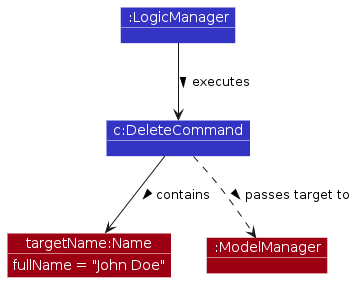
Before: diagrams/delete-person/PersonDeleteExecution.png, a diagram exported from PlantUML (AY2526S2-CS2103T-W11-2/tp). Its source is kept beside it as diagrams/delete-person/PersonDeleteExecution.puml.
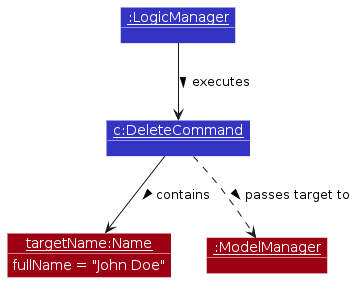
After the commit.

The edit, as a diff of the source:
```diff
@@ -10,10 +10,10 @@
 show objects
 show members
 
-object ":LogicManager" as LogicManager LOGIC_COLOR
-object "c:DeleteCommand" as DeleteCommand LOGIC_COLOR
-object "targetName:Name" as Name MODEL_COLOR
-object ":ModelManager" as ModelManager MODEL_COLOR
+object "<u>:LogicManager</u>" as LogicManager LOGIC_COLOR
+object "<u>c:DeleteCommand</u>" as DeleteCommand LOGIC_COLOR
+object "<u>targetName:Name</u>" as Name MODEL_COLOR
+object "<u>:ModelManager</u>" as ModelManager MODEL_COLOR
 
 LogicManager --> DeleteCommand : executes >
 DeleteCommand --> Name : contains >
```
